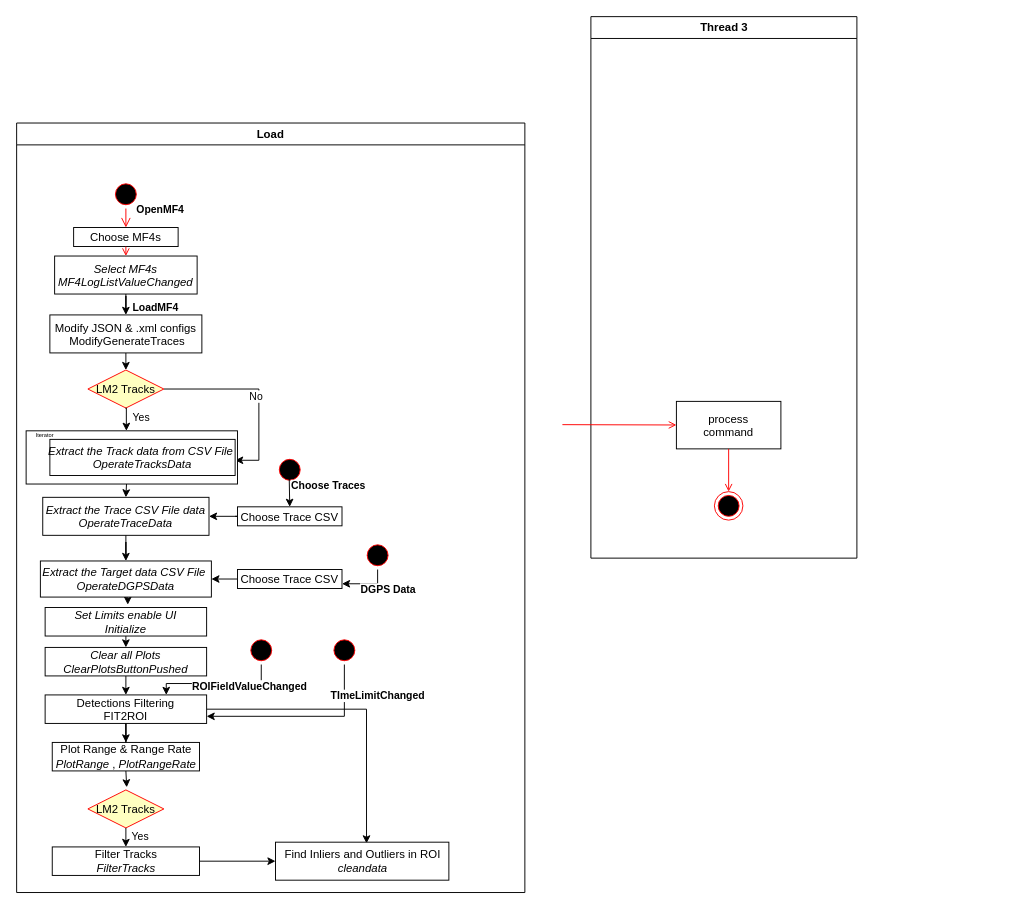
Earlier version of the draw.io diagram Untitled Diagram.drawio (path-env/SLAM_ResearchThesis). Source tidied: cells renumbered, new cells numbered last; positions are measured from the earlier drawing's top-left corner, leaving out a move shared by most shapes. Both pictures are drawn from the tidied source at 95%, with x=0, y=0 at pixel (16, 16).
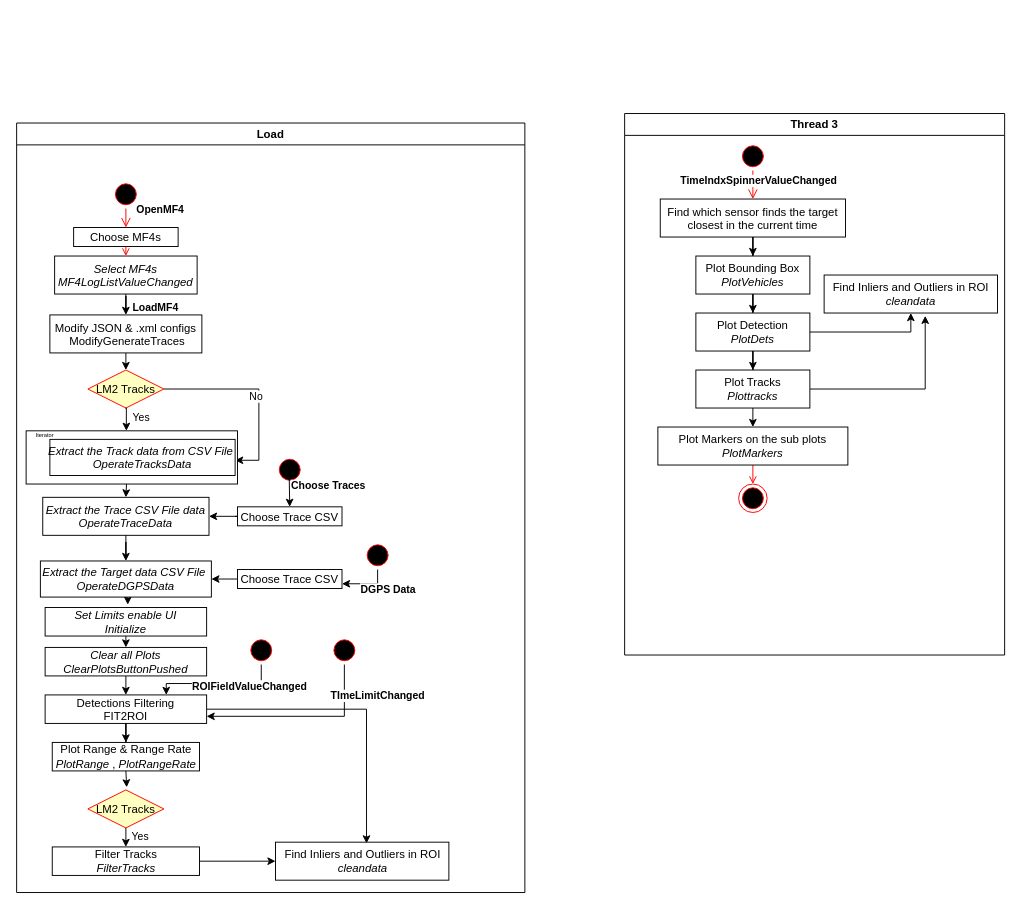
After the change.

What changed in the source:
```diff
@@
     <mxCell id="57" value="Thread 3" style="swimlane;whiteSpace=wrap;" parent="1" vertex="1">
-      <mxGeometry x="604.5" width="280" height="570" as="geometry" />
+      <mxGeometry x="640" y="102" width="400" height="570" as="geometry" />
     </mxCell>
-    <mxCell id="58" value="process&#10;command" parent="57" vertex="1">
-      <mxGeometry x="90" y="405" width="110" height="50" as="geometry" />
-    </mxCell>
-    <mxCell id="59" style="edgeStyle=none;strokeColor=#FF0000;endArrow=open;endFill=1;rounded=0;" parent="57" edge="1" target="58">
-      <mxGeometry relative="1" as="geometry">
-        <mxPoint x="-30" y="429.5" as="sourcePoint" />
-      </mxGeometry>
-    </mxCell>
     <mxCell id="60" style="ellipse;shape=endState;fillColor=#000000;strokeColor=#ff0000;" parent="57" vertex="1">
-      <mxGeometry x="130" y="500" width="30" height="30" as="geometry" />
+      <mxGeometry x="120" y="390" width="30" height="30" as="geometry" />
     </mxCell>
-    <mxCell id="61" style="endArrow=open;strokeColor=#FF0000;endFill=1;rounded=0;" parent="57" edge="1" source="58" target="60">
+    <mxCell id="61" style="endArrow=open;strokeColor=#FF0000;endFill=1;rounded=0;exitX=0.5;exitY=1;exitDx=0;exitDy=0;" parent="57" edge="1" source="77" target="60">
       <mxGeometry relative="1" as="geometry" />
     </mxCell>
+    <mxCell id="62" style="ellipse;shape=startState;fillColor=#000000;strokeColor=#ff0000;" parent="57" vertex="1">
+      <mxGeometry x="120" y="30" width="30" height="30" as="geometry" />
+    </mxCell>
+    <mxCell id="63" style="edgeStyle=elbowEdgeStyle;elbow=horizontal;verticalAlign=bottom;endArrow=open;endSize=8;strokeColor=#FF0000;endFill=1;rounded=0;" parent="57" edge="1" source="62" target="65">
+      <mxGeometry y="-210" as="geometry">
+        <Array as="points">
+          <mxPoint x="135" y="80" />
+        </Array>
+      </mxGeometry>
+    </mxCell>
+    <mxCell id="64" value="&lt;b&gt;TimeIndxSpinnerValueChanged&lt;/b&gt;" style="edgeLabel;html=1;align=center;verticalAlign=middle;" parent="63" vertex="1">
+      <mxGeometry relative="1" as="geometry">
+        <mxPoint x="5" y="-5" as="offset" />
+      </mxGeometry>
+    </mxCell>
+    <mxCell id="65" value="Find which sensor finds the target &#10;closest in the current time" parent="57" vertex="1">
+      <mxGeometry x="37.5" y="90" width="195" height="40" as="geometry" />
+    </mxCell>
+    <mxCell id="66" style="endArrow=open;strokeColor=#FF0000;endFill=1;rounded=0;" parent="57" edge="1" source="65">
+      <mxGeometry relative="1" as="geometry">
+        <mxPoint x="135" y="130" as="targetPoint" />
+      </mxGeometry>
+    </mxCell>
+    <mxCell id="67" value="Plot Bounding Box&lt;br&gt;&lt;i&gt;PlotVehicles&lt;/i&gt;" style="whiteSpace=wrap;html=1;" parent="57" vertex="1">
+      <mxGeometry x="75" y="150" width="120" height="40" as="geometry" />
+    </mxCell>
+    <mxCell id="68" style="edgeStyle=orthogonalEdgeStyle;rounded=0;jettySize=auto;html=1;" parent="57" edge="1" source="65" target="67">
+      <mxGeometry relative="1" as="geometry" />
+    </mxCell>
+    <mxCell id="69" style="edgeStyle=orthogonalEdgeStyle;rounded=0;jettySize=auto;html=1;exitX=1;exitY=0.5;exitDx=0;exitDy=0;entryX=0.5;entryY=1;entryDx=0;entryDy=0;" parent="57" edge="1" source="70" target="76">
+      <mxGeometry relative="1" as="geometry" />
+    </mxCell>
+    <mxCell id="70" value="&lt;span&gt;Plot Detection&lt;/span&gt;&lt;br&gt;&lt;i&gt;PlotDets&lt;/i&gt;" style="whiteSpace=wrap;html=1;" parent="57" vertex="1">
+      <mxGeometry x="75" y="210" width="120" height="40" as="geometry" />
+    </mxCell>
+    <mxCell id="71" style="edgeStyle=orthogonalEdgeStyle;rounded=0;jettySize=auto;html=1;" parent="57" edge="1" source="67" target="70">
+      <mxGeometry relative="1" as="geometry" />
+    </mxCell>
+    <mxCell id="72" style="edgeStyle=orthogonalEdgeStyle;rounded=0;jettySize=auto;html=1;exitX=1;exitY=0.5;exitDx=0;exitDy=0;entryX=0.583;entryY=1.074;entryDx=0;entryDy=0;entryPerimeter=0;" parent="57" edge="1" source="74" target="76">
+      <mxGeometry relative="1" as="geometry" />
+    </mxCell>
+    <mxCell id="73" style="edgeStyle=orthogonalEdgeStyle;rounded=0;jettySize=auto;html=1;exitX=0.5;exitY=1;exitDx=0;exitDy=0;entryX=0.5;entryY=0;entryDx=0;entryDy=0;" parent="57" edge="1" source="74" target="77">
+      <mxGeometry relative="1" as="geometry" />
+    </mxCell>
+    <mxCell id="74" value="&lt;span&gt;Plot Tracks&lt;/span&gt;&lt;br&gt;&lt;i&gt;Plottracks&lt;/i&gt;" style="whiteSpace=wrap;html=1;" parent="57" vertex="1">
+      <mxGeometry x="75" y="270" width="120" height="40" as="geometry" />
+    </mxCell>
+    <mxCell id="75" style="edgeStyle=orthogonalEdgeStyle;rounded=0;jettySize=auto;html=1;" parent="57" edge="1" source="70" target="74">
+      <mxGeometry relative="1" as="geometry" />
+    </mxCell>
+    <mxCell id="76" value="Find Inliers and Outliers in ROI&lt;br&gt;&lt;i&gt;cleandata&lt;/i&gt;" style="whiteSpace=wrap;html=1;fontStyle=0;" parent="57" vertex="1">
+      <mxGeometry x="210" y="170" width="182.5" height="40" as="geometry" />
+    </mxCell>
+    <mxCell id="77" value="&lt;span&gt;Plot Markers on the sub plots&lt;/span&gt;&lt;br&gt;&lt;i&gt;PlotMarkers&lt;/i&gt;" style="whiteSpace=wrap;html=1;" parent="57" vertex="1">
+      <mxGeometry x="35" y="330" width="200" height="40" as="geometry" />
+    </mxCell>
```
